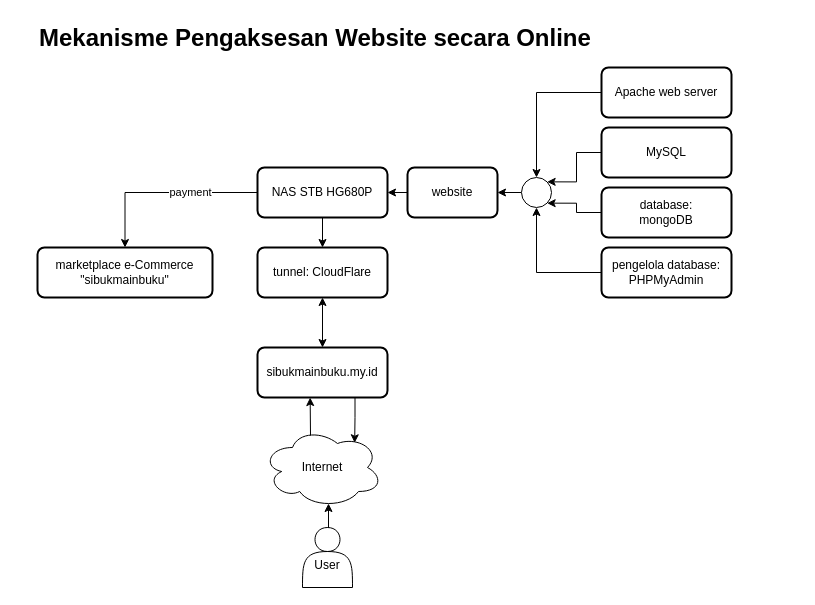
Before: page "website" (6 of 6) of Chart on Search Query.drawio in troders34/research, a draw.io diagram. Source tidied: cells renumbered, new cells numbered last; positions are measured from the earlier drawing's top-left corner, leaving out a move shared by most shapes. Both pictures are drawn from the tidied source at 100%, with x=0, y=0 at pixel (37, 17).
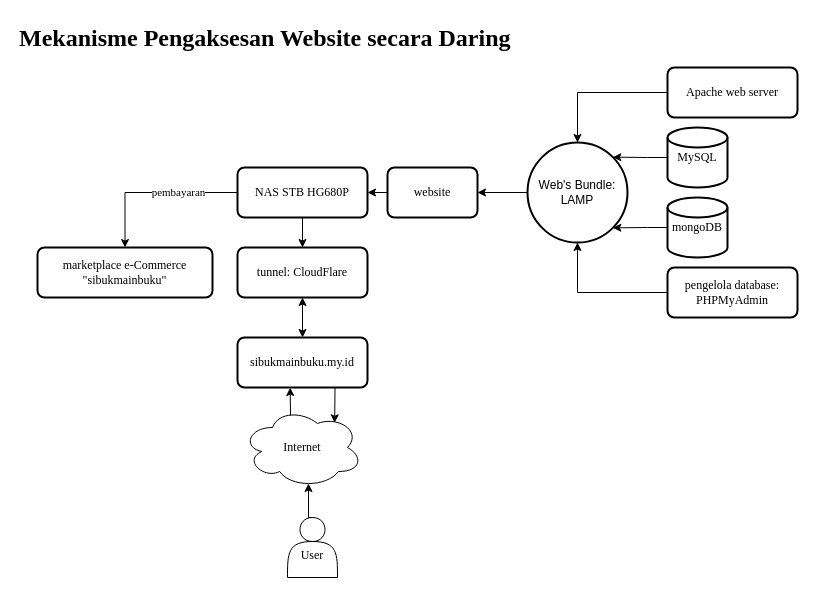
The same page after the edit.

Change to the diagram source:
```diff
@@
-    <mxCell id="2" style="edgeStyle=orthogonalEdgeStyle;rounded=0;jettySize=auto;html=1;exitX=0.5;exitY=1;exitDx=0;exitDy=0;entryX=0.5;entryY=0;entryDx=0;entryDy=0;endArrow=classic;endFill=1;" parent="1" edge="1" source="5" target="27">
+    <mxCell id="2" style="edgeStyle=orthogonalEdgeStyle;rounded=0;jettySize=auto;html=1;exitX=0.5;exitY=1;exitDx=0;exitDy=0;entryX=0.5;entryY=0;entryDx=0;entryDy=0;endArrow=classic;endFill=1;fontFamily=Times New Roman;" parent="1" edge="1" source="5" target="27">
       <mxGeometry relative="1" as="geometry" />
     </mxCell>
-    <mxCell id="3" style="edgeStyle=orthogonalEdgeStyle;rounded=0;jettySize=auto;html=1;exitX=0;exitY=0.5;exitDx=0;exitDy=0;entryX=0.5;entryY=0;entryDx=0;entryDy=0;" parent="1" edge="1" source="5" target="12">
+    <mxCell id="3" style="edgeStyle=orthogonalEdgeStyle;rounded=0;jettySize=auto;html=1;exitX=0;exitY=0.5;exitDx=0;exitDy=0;entryX=0.5;entryY=0;entryDx=0;entryDy=0;fontFamily=Times New Roman;" parent="1" edge="1" source="5" target="12">
       <mxGeometry relative="1" as="geometry" />
     </mxCell>
-    <mxCell id="4" value="payment" style="edgeLabel;html=1;align=center;verticalAlign=middle;" parent="3" vertex="1">
+    <mxCell id="4" value="pembayaran" style="edgeLabel;html=1;align=center;verticalAlign=middle;fontFamily=Times New Roman;" parent="3" vertex="1">
       <mxGeometry x="-0.28" y="-1" relative="1" as="geometry" />
     </mxCell>
-    <mxCell id="5" value="NAS STB HG680P" style="rounded=1;whiteSpace=wrap;html=1;absoluteArcSize=1;arcSize=14;strokeWidth=2;" parent="1" vertex="1">
-      <mxGeometry x="220" y="150" width="130" height="50" as="geometry" />
+    <mxCell id="5" value="NAS STB HG680P" style="rounded=1;whiteSpace=wrap;html=1;absoluteArcSize=1;arcSize=14;strokeWidth=2;fontFamily=Times New Roman;" parent="1" vertex="1">
+      <mxGeometry x="200" y="150" width="130" height="50" as="geometry" />
     </mxCell>
-    <mxCell id="6" value="&lt;div&gt;sibukmainbuku.my.id&lt;/div&gt;" style="rounded=1;whiteSpace=wrap;html=1;absoluteArcSize=1;arcSize=14;strokeWidth=2;" parent="1" vertex="1">
-      <mxGeometry x="220" y="330" width="130" height="50" as="geometry" />
+    <mxCell id="6" value="&lt;div&gt;sibukmainbuku.my.id&lt;/div&gt;" style="rounded=1;whiteSpace=wrap;html=1;absoluteArcSize=1;arcSize=14;strokeWidth=2;fontFamily=Times New Roman;" parent="1" vertex="1">
+      <mxGeometry x="200" y="320" width="130" height="50" as="geometry" />
     </mxCell>
-    <mxCell id="7" value="Internet" style="ellipse;shape=cloud;whiteSpace=wrap;html=1;" parent="1" vertex="1">
-      <mxGeometry x="225" y="410" width="120" height="80" as="geometry" />
+    <mxCell id="7" value="Internet" style="ellipse;shape=cloud;whiteSpace=wrap;html=1;fontFamily=Times New Roman;" parent="1" vertex="1">
+      <mxGeometry x="205" y="390" width="120" height="80" as="geometry" />
     </mxCell>
-    <mxCell id="8" style="edgeStyle=orthogonalEdgeStyle;rounded=0;jettySize=auto;html=1;exitX=0.4;exitY=0.1;exitDx=0;exitDy=0;exitPerimeter=0;entryX=0.405;entryY=1.001;entryDx=0;entryDy=0;entryPerimeter=0;" parent="1" edge="1" source="7" target="6">
+    <mxCell id="8" style="edgeStyle=orthogonalEdgeStyle;rounded=0;jettySize=auto;html=1;exitX=0.4;exitY=0.1;exitDx=0;exitDy=0;exitPerimeter=0;entryX=0.405;entryY=1.001;entryDx=0;entryDy=0;entryPerimeter=0;fontFamily=Times New Roman;" parent="1" edge="1" source="7" target="6">
       <mxGeometry relative="1" as="geometry" />
     </mxCell>
-    <mxCell id="9" style="edgeStyle=orthogonalEdgeStyle;rounded=0;jettySize=auto;html=1;exitX=0.75;exitY=1;exitDx=0;exitDy=0;entryX=0.768;entryY=0.191;entryDx=0;entryDy=0;entryPerimeter=0;" parent="1" edge="1" source="6" target="7">
+    <mxCell id="9" style="edgeStyle=orthogonalEdgeStyle;rounded=0;jettySize=auto;html=1;exitX=0.75;exitY=1;exitDx=0;exitDy=0;entryX=0.768;entryY=0.191;entryDx=0;entryDy=0;entryPerimeter=0;fontFamily=Times New Roman;" parent="1" edge="1" source="6" target="7">
       <mxGeometry relative="1" as="geometry" />
     </mxCell>
-    <mxCell id="10" value="&lt;div&gt;&lt;br&gt;&lt;/div&gt;&lt;div&gt;User&lt;/div&gt;" style="shape=actor;whiteSpace=wrap;html=1;" parent="1" vertex="1">
-      <mxGeometry x="265" y="510" width="50" height="60" as="geometry" />
+    <mxCell id="10" value="&lt;div&gt;&lt;br&gt;&lt;/div&gt;&lt;div&gt;User&lt;/div&gt;" style="shape=actor;whiteSpace=wrap;html=1;fontFamily=Times New Roman;" parent="1" vertex="1">
+      <mxGeometry x="250" y="500" width="50" height="60" as="geometry" />
     </mxCell>
-    <mxCell id="11" style="edgeStyle=orthogonalEdgeStyle;rounded=0;jettySize=auto;html=1;exitX=0.5;exitY=0;exitDx=0;exitDy=0;entryX=0.55;entryY=0.95;entryDx=0;entryDy=0;entryPerimeter=0;" parent="1" edge="1" source="10" target="7">
+    <mxCell id="11" style="edgeStyle=orthogonalEdgeStyle;rounded=0;jettySize=auto;html=1;exitX=0.5;exitY=0;exitDx=0;exitDy=0;entryX=0.55;entryY=0.95;entryDx=0;entryDy=0;entryPerimeter=0;fontFamily=Times New Roman;" parent="1" edge="1" source="10" target="7">
       <mxGeometry relative="1" as="geometry" />
     </mxCell>
-    <mxCell id="12" value="marketplace e-Commerce&lt;div&gt;&quot;sibukmainbuku&quot;&lt;/div&gt;" style="rounded=1;whiteSpace=wrap;html=1;absoluteArcSize=1;arcSize=14;strokeWidth=2;" parent="1" vertex="1">
+    <mxCell id="12" value="marketplace e-Commerce&lt;div&gt;&quot;sibukmainbuku&quot;&lt;/div&gt;" style="rounded=1;whiteSpace=wrap;html=1;absoluteArcSize=1;arcSize=14;strokeWidth=2;fontFamily=Times New Roman;" parent="1" vertex="1">
       <mxGeometry y="230" width="175" height="50" as="geometry" />
     </mxCell>
-    <mxCell id="13" value="&lt;h1 style=&quot;margin-top: 0px;&quot;&gt;Mekanisme Pengaksesan Website secara Online&lt;/h1&gt;" style="text;html=1;whiteSpace=wrap;overflow=hidden;rounded=0;" parent="1" vertex="1">
-      <mxGeometry width="650" height="40" as="geometry" />
+    <mxCell id="13" value="&lt;h1 style=&quot;margin-top: 0px;&quot;&gt;Mekanisme Pengaksesan Website secara Daring&lt;/h1&gt;" style="text;html=1;whiteSpace=wrap;overflow=hidden;rounded=0;fontFamily=Times New Roman;" parent="1" vertex="1">
+      <mxGeometry x="-20" width="510" height="40" as="geometry" />
     </mxCell>
-    <mxCell id="14" style="edgeStyle=orthogonalEdgeStyle;rounded=0;jettySize=auto;html=1;exitX=0;exitY=0.5;exitDx=0;exitDy=0;entryX=1;entryY=0.5;entryDx=0;entryDy=0;" parent="1" edge="1" source="15" target="5">
+    <mxCell id="14" style="edgeStyle=orthogonalEdgeStyle;rounded=0;jettySize=auto;html=1;exitX=0;exitY=0.5;exitDx=0;exitDy=0;entryX=1;entryY=0.5;entryDx=0;entryDy=0;fontFamily=Times New Roman;" parent="1" edge="1" source="15" target="5">
       <mxGeometry relative="1" as="geometry" />
     </mxCell>
-    <mxCell id="15" value="website" style="rounded=1;whiteSpace=wrap;html=1;absoluteArcSize=1;arcSize=14;strokeWidth=2;" parent="1" vertex="1">
-      <mxGeometry x="370" y="150" width="90" height="50" as="geometry" />
+    <mxCell id="15" value="website" style="rounded=1;whiteSpace=wrap;html=1;absoluteArcSize=1;arcSize=14;strokeWidth=2;fontFamily=Times New Roman;" parent="1" vertex="1">
+      <mxGeometry x="350" y="150" width="90" height="50" as="geometry" />
     </mxCell>
+    <mxCell id="28" style="edgeStyle=orthogonalEdgeStyle;rounded=0;jettySize=auto;html=1;exitX=0;exitY=0.5;exitDx=0;exitDy=0;entryX=0.5;entryY=0;entryDx=0;entryDy=0;" parent="1" edge="1" source="16" target="32">
+      <mxGeometry relative="1" as="geometry" />
+    </mxCell>
-    <mxCell id="16" value="Apache web server" style="rounded=1;whiteSpace=wrap;html=1;absoluteArcSize=1;arcSize=14;strokeWidth=2;" parent="1" vertex="1">
-      <mxGeometry x="564" y="50" width="130" height="50" as="geometry" />
+    <mxCell id="16" value="Apache web server" style="rounded=1;whiteSpace=wrap;html=1;absoluteArcSize=1;arcSize=14;strokeWidth=2;fontFamily=Times New Roman;" parent="1" vertex="1">
+      <mxGeometry x="630" y="50" width="130" height="50" as="geometry" />
     </mxCell>
-    <mxCell id="17" value="MySQL" style="rounded=1;whiteSpace=wrap;html=1;absoluteArcSize=1;arcSize=14;strokeWidth=2;" parent="1" vertex="1">
-      <mxGeometry x="564" y="110" width="130" height="50" as="geometry" />
-    </mxCell>
+    <mxCell id="29" style="edgeStyle=orthogonalEdgeStyle;rounded=0;jettySize=auto;html=1;exitX=0;exitY=0.5;exitDx=0;exitDy=0;entryX=0.5;entryY=1;entryDx=0;entryDy=0;" parent="1" edge="1" source="18" target="32">
+      <mxGeometry relative="1" as="geometry" />
+    </mxCell>
-    <mxCell id="18" value="&lt;div&gt;pengelola database:&lt;/div&gt;PHPMyAdmin" style="rounded=1;whiteSpace=wrap;html=1;absoluteArcSize=1;arcSize=14;strokeWidth=2;" parent="1" vertex="1">
-      <mxGeometry x="564" y="230" width="130" height="50" as="geometry" />
+    <mxCell id="18" value="&lt;div&gt;pengelola database:&lt;/div&gt;PHPMyAdmin" style="rounded=1;whiteSpace=wrap;html=1;absoluteArcSize=1;arcSize=14;strokeWidth=2;fontFamily=Times New Roman;" parent="1" vertex="1">
+      <mxGeometry x="630" y="250" width="130" height="50" as="geometry" />
     </mxCell>
-    <mxCell id="19" value="&lt;div&gt;database:&lt;/div&gt;mongoDB" style="rounded=1;whiteSpace=wrap;html=1;absoluteArcSize=1;arcSize=14;strokeWidth=2;" parent="1" vertex="1">
-      <mxGeometry x="564" y="170" width="130" height="50" as="geometry" />
-    </mxCell>
-    <mxCell id="20" style="edgeStyle=orthogonalEdgeStyle;rounded=0;jettySize=auto;html=1;exitX=0;exitY=0.5;exitDx=0;exitDy=0;exitPerimeter=0;entryX=1;entryY=0.5;entryDx=0;entryDy=0;" parent="1" edge="1" source="21" target="15">
-      <mxGeometry relative="1" as="geometry" />
-    </mxCell>
-    <mxCell id="21" style="verticalLabelPosition=bottom;verticalAlign=top;html=1;shape=mxgraph.flowchart.on-page_reference;" parent="1" vertex="1">
-      <mxGeometry x="484" y="160" width="30" height="30" as="geometry" />
-    </mxCell>
-    <mxCell id="22" style="edgeStyle=orthogonalEdgeStyle;rounded=0;jettySize=auto;html=1;exitX=0;exitY=0.5;exitDx=0;exitDy=0;entryX=0.5;entryY=0;entryDx=0;entryDy=0;entryPerimeter=0;" parent="1" edge="1" source="16" target="21">
-      <mxGeometry relative="1" as="geometry" />
-    </mxCell>
-    <mxCell id="23" style="edgeStyle=orthogonalEdgeStyle;rounded=0;jettySize=auto;html=1;exitX=0;exitY=0.5;exitDx=0;exitDy=0;entryX=0.855;entryY=0.145;entryDx=0;entryDy=0;entryPerimeter=0;" parent="1" edge="1" source="17" target="21">
-      <mxGeometry relative="1" as="geometry" />
-    </mxCell>
-    <mxCell id="24" style="edgeStyle=orthogonalEdgeStyle;rounded=0;jettySize=auto;html=1;exitX=0;exitY=0.5;exitDx=0;exitDy=0;entryX=0.855;entryY=0.855;entryDx=0;entryDy=0;entryPerimeter=0;" parent="1" edge="1" source="19" target="21">
-      <mxGeometry relative="1" as="geometry" />
-    </mxCell>
-    <mxCell id="25" style="edgeStyle=orthogonalEdgeStyle;rounded=0;jettySize=auto;html=1;exitX=0;exitY=0.5;exitDx=0;exitDy=0;entryX=0.5;entryY=1;entryDx=0;entryDy=0;entryPerimeter=0;" parent="1" edge="1" source="18" target="21">
-      <mxGeometry relative="1" as="geometry" />
-    </mxCell>
-    <mxCell id="26" style="edgeStyle=orthogonalEdgeStyle;rounded=0;jettySize=auto;html=1;exitX=0.5;exitY=1;exitDx=0;exitDy=0;entryX=0.5;entryY=0;entryDx=0;entryDy=0;startArrow=classic;startFill=1;" parent="1" edge="1" source="27" target="6">
+    <mxCell id="26" style="edgeStyle=orthogonalEdgeStyle;rounded=0;jettySize=auto;html=1;exitX=0.5;exitY=1;exitDx=0;exitDy=0;entryX=0.5;entryY=0;entryDx=0;entryDy=0;startArrow=classic;startFill=1;fontFamily=Times New Roman;" parent="1" edge="1" source="27" target="6">
       <mxGeometry relative="1" as="geometry" />
     </mxCell>
-    <mxCell id="27" value="tunnel: CloudFlare" style="rounded=1;whiteSpace=wrap;html=1;absoluteArcSize=1;arcSize=14;strokeWidth=2;" parent="1" vertex="1">
-      <mxGeometry x="220" y="230" width="130" height="50" as="geometry" />
+    <mxCell id="27" value="tunnel: CloudFlare" style="rounded=1;whiteSpace=wrap;html=1;absoluteArcSize=1;arcSize=14;strokeWidth=2;fontFamily=Times New Roman;" parent="1" vertex="1">
+      <mxGeometry x="200" y="230" width="130" height="50" as="geometry" />
     </mxCell>
+    <mxCell id="30" style="edgeStyle=orthogonalEdgeStyle;rounded=0;jettySize=auto;html=1;exitX=0;exitY=0.5;exitDx=0;exitDy=0;exitPerimeter=0;entryX=1;entryY=0;entryDx=0;entryDy=0;" parent="1" edge="1" source="17" target="32">
+      <mxGeometry relative="1" as="geometry" />
+    </mxCell>
+    <mxCell id="17" value="MySQL" style="strokeWidth=2;html=1;shape=mxgraph.flowchart.database;whiteSpace=wrap;fontFamily=Times New Roman;" parent="1" vertex="1">
+      <mxGeometry x="630" y="110" width="60" height="60" as="geometry" />
+    </mxCell>
+    <mxCell id="31" style="edgeStyle=orthogonalEdgeStyle;rounded=0;jettySize=auto;html=1;exitX=0;exitY=0.5;exitDx=0;exitDy=0;entryX=1;entryY=0.5;entryDx=0;entryDy=0;" parent="1" edge="1" source="32" target="15">
+      <mxGeometry relative="1" as="geometry" />
+    </mxCell>
+    <mxCell id="32" value="&lt;div&gt;Web's Bundle:&lt;/div&gt;LAMP" style="ellipse;whiteSpace=wrap;html=1;strokeWidth=2;" parent="1" vertex="1">
+      <mxGeometry x="490" y="125" width="100" height="100" as="geometry" />
+    </mxCell>
+    <mxCell id="33" style="edgeStyle=orthogonalEdgeStyle;rounded=0;jettySize=auto;html=1;exitX=0;exitY=0.5;exitDx=0;exitDy=0;exitPerimeter=0;entryX=1;entryY=1;entryDx=0;entryDy=0;" parent="1" edge="1" source="34" target="32">
+      <mxGeometry relative="1" as="geometry" />
+    </mxCell>
+    <mxCell id="34" value="mongoDB" style="strokeWidth=2;html=1;shape=mxgraph.flowchart.database;whiteSpace=wrap;fontFamily=Times New Roman;" parent="1" vertex="1">
+      <mxGeometry x="630" y="180" width="60" height="60" as="geometry" />
+    </mxCell>
```
